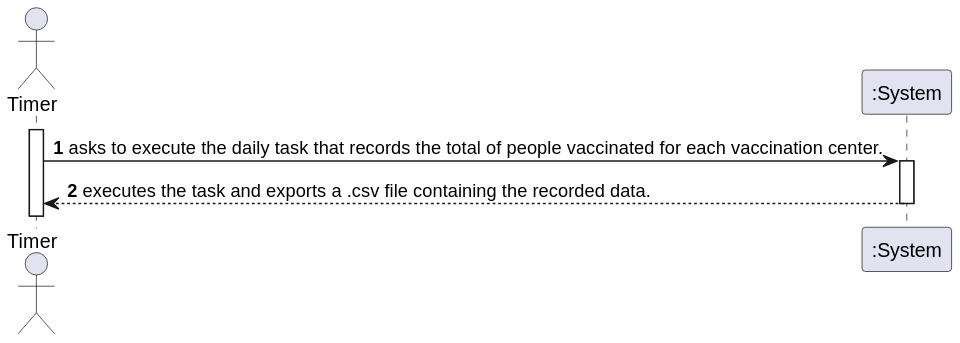
Above: docs/SprintD/US006/US006_SSD.svg in Pirussa/lei-22-s2-1da-g02 (PlantUML), before the change.
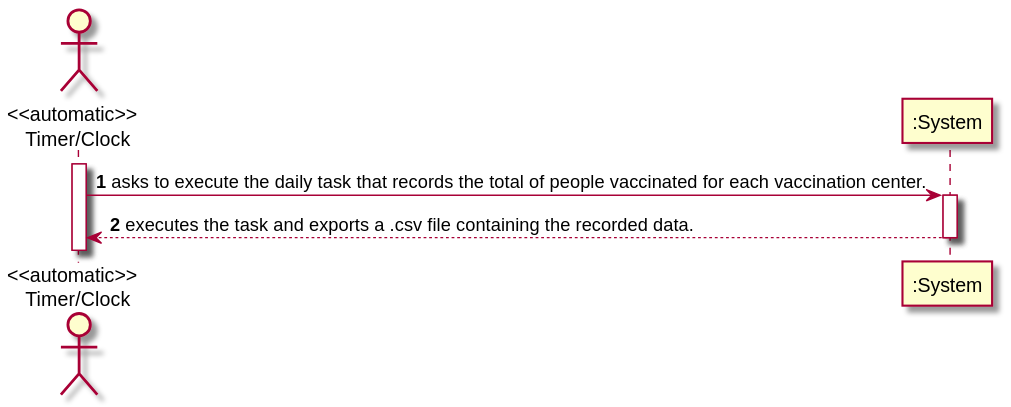
The same diagram one commit later.

What changed in the source:
```diff
@@ -1,6 +1,7 @@
 @startuml
 autonumber
-actor "Timer" as T
+
+actor "<<automatic>> \n Timer/Clock" as T
 
 activate T
 T -> ":System" : asks to execute the daily task that records the total of people vaccinated for each vaccination center.
```
